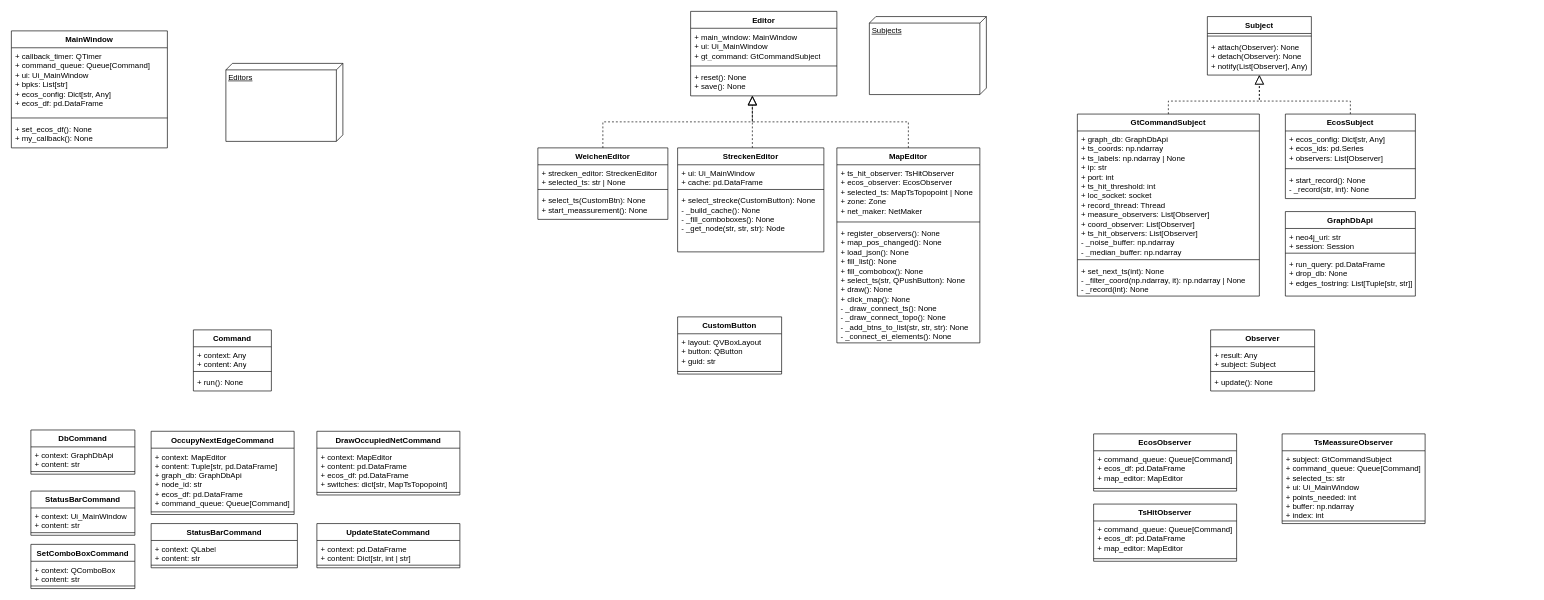
This is structural/Untitled Diagram.drawio from pascalreiss/draw_io_stuff, a draw.io file, before an edit. Source tidied: cells renumbered, new cells numbered last; positions are measured from the earlier drawing's top-left corner, leaving out a move shared by most shapes. Both pictures are drawn from the tidied source at 65%, with x=0, y=0 at pixel (11, 11).
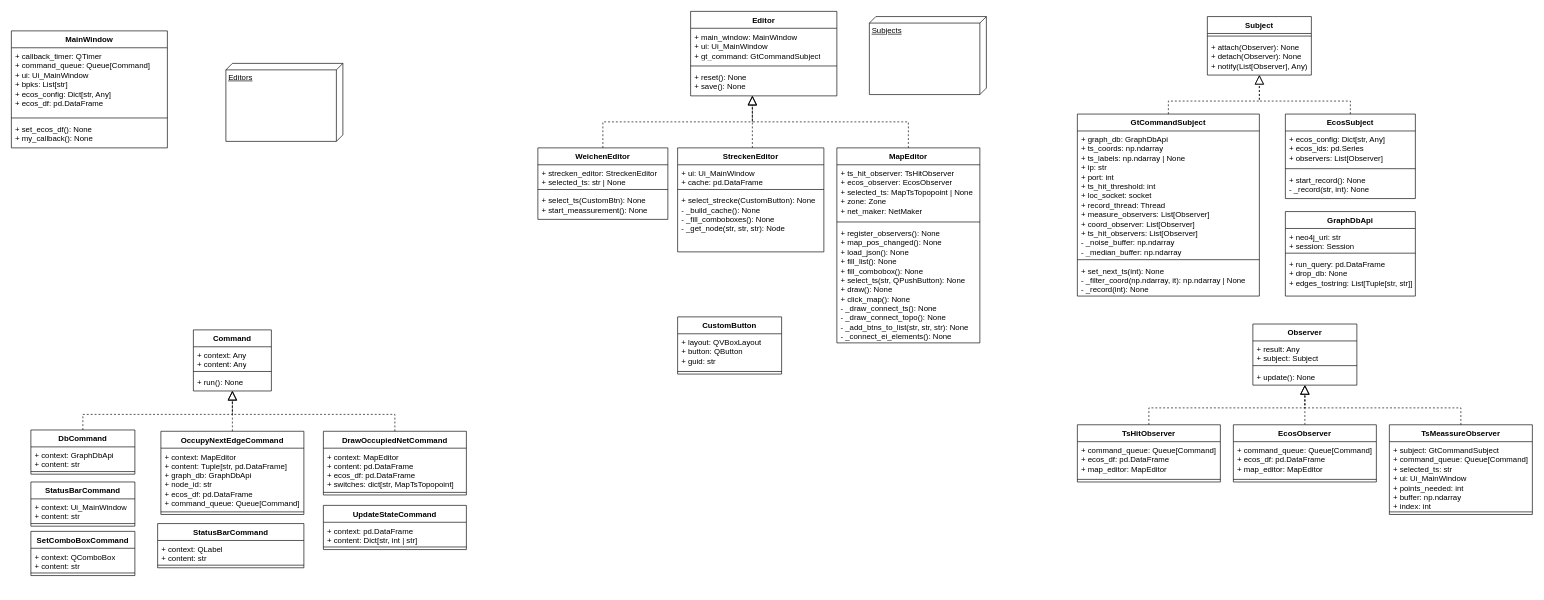
The same diagram, later.

Commit message:
added implementation arrows

The change refers to these unchanged cells:
```xml
<mxCell id="13" value="+ run(): None" style="text;strokeColor=none;fillColor=none;align=left;verticalAlign=top;spacingLeft=4;spacingRight=4;overflow=hidden;points=[[0,0.5],[1,0.5]];portConstraint=eastwest;whiteSpace=wrap;html=1;" parent="10" vertex="1">
  <mxGeometry y="68" width="120" height="26" as="geometry" />
</mxCell>
<mxCell id="40" value="+ update(): None" style="text;strokeColor=none;fillColor=none;align=left;verticalAlign=top;spacingLeft=4;spacingRight=4;overflow=hidden;points=[[0,0.5],[1,0.5]];portConstraint=eastwest;whiteSpace=wrap;html=1;" parent="37" vertex="1">
  <mxGeometry y="68" width="160" height="26" as="geometry" />
</mxCell>
<mxCell id="50" value="DbCommand" style="swimlane;fontStyle=1;align=center;verticalAlign=top;horizontal=1;startSize=26;whiteSpace=wrap;html=1;" parent="1" vertex="1">
  <mxGeometry x="30" y="644" width="160" height="68" as="geometry" />
</mxCell>
```

Change to the diagram source:
```diff
@@
     <mxCell id="37" value="Observer" style="swimlane;fontStyle=1;align=center;verticalAlign=top;horizontal=1;startSize=26;whiteSpace=wrap;html=1;" parent="1" vertex="1">
-      <mxGeometry x="1845" y="490" width="160" height="94" as="geometry" />
+      <mxGeometry x="1910" y="481" width="160" height="94" as="geometry" />
     </mxCell>
@@
+    <mxCell id="85" style="endArrow=block;dashed=1;endFill=0;endSize=12;html=1;rounded=0;" parent="37" edge="1" source="71">
+      <mxGeometry relative="1" as="geometry">
+        <mxPoint x="80" y="94" as="targetPoint" />
+      </mxGeometry>
+    </mxCell>
@@
     <mxCell id="53" value="OccupyNextEdgeCommand" style="swimlane;fontStyle=1;align=center;verticalAlign=top;horizontal=1;startSize=26;whiteSpace=wrap;html=1;" parent="1" vertex="1">
-      <mxGeometry x="215" y="646" width="220" height="128" as="geometry" />
+      <mxGeometry x="230" y="646" width="220" height="128" as="geometry" />
     </mxCell>
@@
     <mxCell id="56" value="StatusBarCommand" style="swimlane;fontStyle=1;align=center;verticalAlign=top;horizontal=1;startSize=26;whiteSpace=wrap;html=1;" parent="1" vertex="1">
-      <mxGeometry x="30" y="738" width="160" height="68" as="geometry" />
+      <mxGeometry x="30" y="724" width="160" height="68" as="geometry" />
     </mxCell>
@@
     <mxCell id="59" value="StatusBarCommand" style="swimlane;fontStyle=1;align=center;verticalAlign=top;horizontal=1;startSize=26;whiteSpace=wrap;html=1;" parent="1" vertex="1">
-      <mxGeometry x="215" y="788" width="225" height="68" as="geometry" />
+      <mxGeometry x="225" y="788" width="225" height="68" as="geometry" />
     </mxCell>
@@
     <mxCell id="62" value="SetComboBoxCommand" style="swimlane;fontStyle=1;align=center;verticalAlign=top;horizontal=1;startSize=26;whiteSpace=wrap;html=1;" parent="1" vertex="1">
-      <mxGeometry x="30" y="820" width="160" height="68" as="geometry" />
+      <mxGeometry x="30" y="800" width="160" height="68" as="geometry" />
     </mxCell>
@@
     <mxCell id="65" value="DrawOccupiedNetCommand" style="swimlane;fontStyle=1;align=center;verticalAlign=top;horizontal=1;startSize=26;whiteSpace=wrap;html=1;" parent="1" vertex="1">
-      <mxGeometry x="470" y="646" width="220" height="98" as="geometry" />
+      <mxGeometry x="480" y="646" width="220" height="98" as="geometry" />
     </mxCell>
@@
     <mxCell id="68" value="UpdateStateCommand" style="swimlane;fontStyle=1;align=center;verticalAlign=top;horizontal=1;startSize=26;whiteSpace=wrap;html=1;" parent="1" vertex="1">
-      <mxGeometry x="470" y="788" width="220" height="68" as="geometry" />
+      <mxGeometry x="480" y="760" width="220" height="68" as="geometry" />
     </mxCell>
@@
     <mxCell id="71" value="EcosObserver" style="swimlane;fontStyle=1;align=center;verticalAlign=top;horizontal=1;startSize=26;whiteSpace=wrap;html=1;" parent="1" vertex="1">
-      <mxGeometry x="1665" y="650" width="220" height="88" as="geometry" />
+      <mxGeometry x="1880" y="636" width="220" height="88" as="geometry" />
     </mxCell>
@@
     <mxCell id="74" value="TsHitObserver" style="swimlane;fontStyle=1;align=center;verticalAlign=top;horizontal=1;startSize=26;whiteSpace=wrap;html=1;" parent="1" vertex="1">
-      <mxGeometry x="1665" y="758" width="220" height="88" as="geometry" />
+      <mxGeometry x="1640" y="636" width="220" height="88" as="geometry" />
     </mxCell>
@@
     <mxCell id="77" value="TsMeassureObserver" style="swimlane;fontStyle=1;align=center;verticalAlign=top;horizontal=1;startSize=26;whiteSpace=wrap;html=1;" parent="1" vertex="1">
-      <mxGeometry x="1955" y="650" width="220" height="138" as="geometry" />
+      <mxGeometry x="2120" y="636" width="220" height="138" as="geometry" />
     </mxCell>
@@
+    <mxCell id="86" style="endArrow=block;dashed=1;endFill=0;endSize=12;html=1;rounded=0;" parent="1" edge="1" source="74" target="40">
+      <mxGeometry relative="1" as="geometry">
+        <Array as="points">
+          <mxPoint x="1750" y="610" />
+          <mxPoint x="1990" y="610" />
+        </Array>
+      </mxGeometry>
+    </mxCell>
+    <mxCell id="87" style="endArrow=block;dashed=1;endFill=0;endSize=12;html=1;rounded=0;" parent="1" edge="1" source="77" target="40">
+      <mxGeometry relative="1" as="geometry">
+        <Array as="points">
+          <mxPoint x="2230" y="610" />
+          <mxPoint x="1990" y="610" />
+        </Array>
+      </mxGeometry>
+    </mxCell>
+    <mxCell id="88" style="endArrow=block;dashed=1;endFill=0;endSize=12;html=1;rounded=0;" parent="1" edge="1" source="50" target="13">
+      <mxGeometry relative="1" as="geometry">
+        <Array as="points">
+          <mxPoint x="110" y="620" />
+          <mxPoint x="340" y="620" />
+        </Array>
+      </mxGeometry>
+    </mxCell>
+    <mxCell id="89" style="endArrow=block;dashed=1;endFill=0;endSize=12;html=1;rounded=0;" parent="1" edge="1" source="53" target="13">
+      <mxGeometry relative="1" as="geometry" />
+    </mxCell>
+    <mxCell id="90" style="endArrow=block;dashed=1;endFill=0;endSize=12;html=1;rounded=0;" parent="1" edge="1" source="65" target="13">
+      <mxGeometry relative="1" as="geometry">
+        <Array as="points">
+          <mxPoint x="590" y="620" />
+          <mxPoint x="340" y="620" />
+        </Array>
+      </mxGeometry>
+    </mxCell>
```
